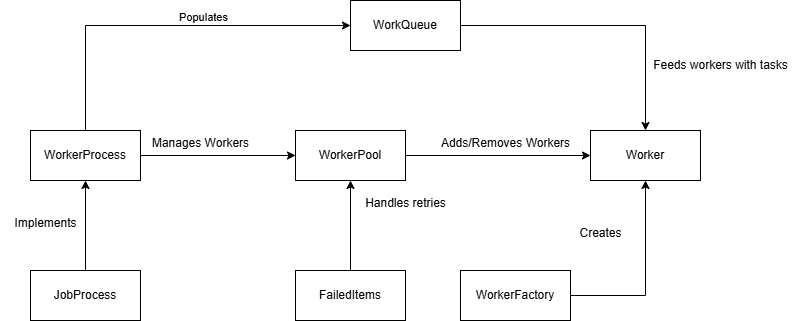
This is image1.png from ted-black/BackgroundJobCodingChallenge, a draw.io export, as it was before one commit. Source tidied: cells renumbered, new cells last; positions are measured from the earlier drawing's top-left corner, leaving out a move shared by most shapes.
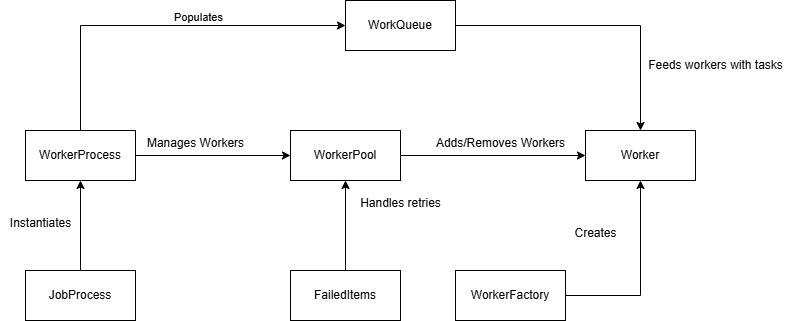
After the commit.

Commit message:
Changes to image1.png to reflect the refactoring.

Diff of the diagram source:
```diff
@@ -53,8 +53,8 @@
     <mxCell id="18" value="Adds/Removes Workers" style="text;html=1;align=center;verticalAlign=middle;strokeColor=none;fillColor=none;" parent="1" vertex="1">
       <mxGeometry x="430" y="128" width="150" height="30" as="geometry" />
     </mxCell>
-    <mxCell id="19" value="Implements" style="text;html=1;align=center;verticalAlign=middle;strokeColor=none;fillColor=none;" parent="1" vertex="1">
-      <mxGeometry y="208" width="90" height="30" as="geometry" />
+    <mxCell id="19" value="Instantiates" style="text;html=1;align=center;verticalAlign=middle;strokeColor=none;fillColor=none;" parent="1" vertex="1">
+      <mxGeometry x="5" y="208" width="80" height="30" as="geometry" />
     </mxCell>
     <mxCell id="20" value="Creates" style="text;html=1;align=center;verticalAlign=middle;strokeColor=none;fillColor=none;" parent="1" vertex="1">
       <mxGeometry x="565" y="218" width="70" height="30" as="geometry" />
```
